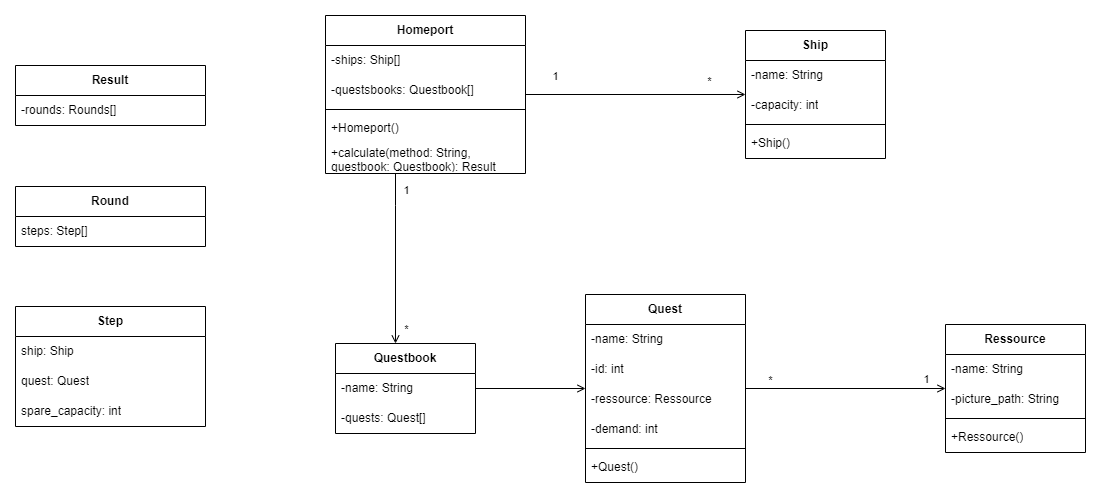
Above: Klassendiagramm_Backend.drawio.png in Mole1803/SPoRT (draw.io), before the change. Source tidied: cells renumbered, new cells last; positions are measured from the earlier drawing's top-left corner, leaving out a move shared by most shapes.
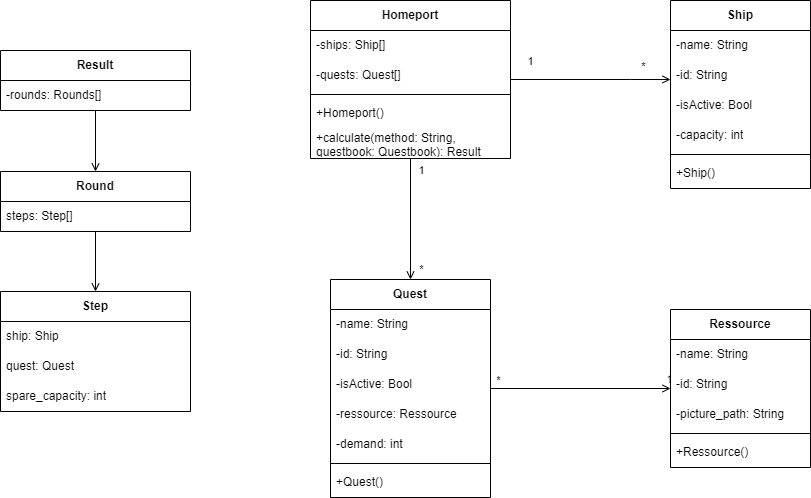
The same file after the commit.

Commit message:
update class diagram

Change to the diagram source:
```diff
@@ -3,7 +3,12 @@
     <mxCell id="0" />
     <mxCell id="1" parent="0" />
     <mxCell id="2" style="edgeStyle=orthogonalEdgeStyle;rounded=0;jettySize=auto;html=1;endArrow=none;endFill=0;startArrow=open;startFill=0;labelBackgroundColor=none;fontColor=default;" parent="1" edge="1" source="5" target="13">
-      <mxGeometry relative="1" as="geometry" />
+      <mxGeometry relative="1" as="geometry">
+        <Array as="points">
+          <mxPoint x="630" y="79" />
+          <mxPoint x="630" y="79" />
+        </Array>
+      </mxGeometry>
     </mxCell>
     <mxCell id="3" value="1" style="edgeLabel;html=1;align=center;verticalAlign=middle;rounded=0;labelBackgroundColor=none;" parent="2" vertex="1">
       <mxGeometry x="0.67" y="1" relative="1" as="geometry">
@@ -16,25 +21,30 @@
       </mxGeometry>
     </mxCell>
     <mxCell id="5" value="&lt;b&gt;Ship&lt;/b&gt;" style="swimlane;fontStyle=0;horizontal=1;startSize=30;whiteSpace=wrap;html=1;rounded=0;labelBackgroundColor=none;" parent="1" vertex="1">
-      <mxGeometry x="730" y="15" width="140" height="128" as="geometry" />
+      <mxGeometry x="670" width="140" height="188" as="geometry" />
     </mxCell>
     <mxCell id="6" value="-name: String" style="text;strokeColor=none;fillColor=none;align=left;verticalAlign=middle;spacingLeft=4;spacingRight=4;overflow=hidden;whiteSpace=wrap;html=1;rounded=0;labelBackgroundColor=none;" parent="5" vertex="1">
       <mxGeometry y="30" width="140" height="30" as="geometry" />
     </mxCell>
+    <mxCell id="46" value="-id: String" style="text;strokeColor=none;fillColor=none;align=left;verticalAlign=middle;spacingLeft=4;spacingRight=4;overflow=hidden;whiteSpace=wrap;html=1;rounded=0;labelBackgroundColor=none;" parent="5" vertex="1">
+      <mxGeometry y="60" width="140" height="30" as="geometry" />
+    </mxCell>
+    <mxCell id="47" value="-isActive: Bool" style="text;strokeColor=none;fillColor=none;align=left;verticalAlign=middle;spacingLeft=4;spacingRight=4;overflow=hidden;whiteSpace=wrap;html=1;rounded=0;labelBackgroundColor=none;" parent="5" vertex="1">
+      <mxGeometry y="90" width="140" height="30" as="geometry" />
+    </mxCell>
     <mxCell id="7" value="-capacity: int" style="text;strokeColor=none;fillColor=none;align=left;verticalAlign=middle;spacingLeft=4;spacingRight=4;overflow=hidden;whiteSpace=wrap;html=1;rounded=0;labelBackgroundColor=none;" parent="5" vertex="1">
-      <mxGeometry y="60" width="140" height="30" as="geometry" />
+      <mxGeometry y="120" width="140" height="30" as="geometry" />
     </mxCell>
     <mxCell id="8" style="line;strokeWidth=1;fillColor=none;align=left;verticalAlign=middle;spacingTop=-1;spacingLeft=3;spacingRight=3;labelPosition=right;rounded=0;labelBackgroundColor=none;" parent="5" vertex="1">
-      <mxGeometry y="90" width="140" height="8" as="geometry" />
+      <mxGeometry y="150" width="140" height="8" as="geometry" />
     </mxCell>
     <mxCell id="9" value="+Ship()" style="text;strokeColor=none;fillColor=none;align=left;verticalAlign=middle;spacingLeft=4;spacingRight=4;overflow=hidden;whiteSpace=wrap;html=1;rounded=0;labelBackgroundColor=none;" parent="5" vertex="1">
-      <mxGeometry y="98" width="140" height="30" as="geometry" />
+      <mxGeometry y="158" width="140" height="30" as="geometry" />
     </mxCell>
-    <mxCell id="10" style="edgeStyle=orthogonalEdgeStyle;rounded=0;jettySize=auto;html=1;endArrow=open;endFill=0;labelBackgroundColor=none;fontColor=default;" parent="1" edge="1" source="18" target="35">
+    <mxCell id="10" style="edgeStyle=orthogonalEdgeStyle;rounded=0;jettySize=auto;html=1;endArrow=open;endFill=0;labelBackgroundColor=none;fontColor=default;" parent="1" edge="1" source="18" target="22">
       <mxGeometry relative="1" as="geometry">
         <Array as="points">
-          <mxPoint x="380" y="190" />
-          <mxPoint x="380" y="190" />
+          <mxPoint x="380" y="373" />
         </Array>
       </mxGeometry>
     </mxCell>
@@ -54,7 +64,7 @@
     <mxCell id="14" value="-ships: Ship[]" style="text;strokeColor=none;fillColor=none;align=left;verticalAlign=middle;spacingLeft=4;spacingRight=4;overflow=hidden;whiteSpace=wrap;html=1;rounded=0;labelBackgroundColor=none;" parent="13" vertex="1">
       <mxGeometry y="30" width="200" height="30" as="geometry" />
     </mxCell>
-    <mxCell id="15" value="-questsbooks: Questbook[]" style="text;strokeColor=none;fillColor=none;align=left;verticalAlign=middle;spacingLeft=4;spacingRight=4;overflow=hidden;whiteSpace=wrap;html=1;rounded=0;labelBackgroundColor=none;" parent="13" vertex="1">
+    <mxCell id="15" value="-quests: Quest[]" style="text;strokeColor=none;fillColor=none;align=left;verticalAlign=middle;spacingLeft=4;spacingRight=4;overflow=hidden;whiteSpace=wrap;html=1;rounded=0;labelBackgroundColor=none;" parent="13" vertex="1">
       <mxGeometry y="60" width="200" height="30" as="geometry" />
     </mxCell>
     <mxCell id="16" style="line;strokeWidth=1;fillColor=none;align=left;verticalAlign=middle;spacingTop=-1;spacingLeft=3;spacingRight=3;labelPosition=right;rounded=0;labelBackgroundColor=none;" parent="13" vertex="1">
@@ -80,59 +90,59 @@
       </mxGeometry>
     </mxCell>
     <mxCell id="22" value="&lt;b&gt;Quest&lt;/b&gt;" style="swimlane;fontStyle=0;horizontal=1;startSize=30;whiteSpace=wrap;html=1;rounded=0;labelBackgroundColor=none;" parent="1" vertex="1">
-      <mxGeometry x="570" y="279" width="160" height="188" as="geometry" />
+      <mxGeometry x="330" y="279" width="160" height="218" as="geometry" />
     </mxCell>
     <mxCell id="23" value="-name: String" style="text;strokeColor=none;fillColor=none;align=left;verticalAlign=middle;spacingLeft=4;spacingRight=4;overflow=hidden;whiteSpace=wrap;html=1;rounded=0;labelBackgroundColor=none;" parent="22" vertex="1">
       <mxGeometry y="30" width="160" height="30" as="geometry" />
     </mxCell>
-    <mxCell id="24" value="-id: int" style="text;strokeColor=none;fillColor=none;align=left;verticalAlign=middle;spacingLeft=4;spacingRight=4;overflow=hidden;whiteSpace=wrap;html=1;rounded=0;labelBackgroundColor=none;" parent="22" vertex="1">
-      <mxGeometry y="60" width="160" height="30" as="geometry" />
-    </mxCell>
+    <mxCell id="48" value="-id: String" style="text;strokeColor=none;fillColor=none;align=left;verticalAlign=middle;spacingLeft=4;spacingRight=4;overflow=hidden;whiteSpace=wrap;html=1;rounded=0;labelBackgroundColor=none;" parent="22" vertex="1">
+      <mxGeometry y="60" width="160" height="30" as="geometry" />
+    </mxCell>
+    <mxCell id="49" value="-isActive: Bool" style="text;strokeColor=none;fillColor=none;align=left;verticalAlign=middle;spacingLeft=4;spacingRight=4;overflow=hidden;whiteSpace=wrap;html=1;rounded=0;labelBackgroundColor=none;" parent="22" vertex="1">
+      <mxGeometry y="90" width="160" height="30" as="geometry" />
+    </mxCell>
     <mxCell id="25" value="-ressource: Ressource" style="text;strokeColor=none;fillColor=none;align=left;verticalAlign=middle;spacingLeft=4;spacingRight=4;overflow=hidden;whiteSpace=wrap;html=1;rounded=0;labelBackgroundColor=none;" parent="22" vertex="1">
-      <mxGeometry y="90" width="160" height="30" as="geometry" />
+      <mxGeometry y="120" width="160" height="30" as="geometry" />
     </mxCell>
     <mxCell id="26" value="-demand: int" style="text;strokeColor=none;fillColor=none;align=left;verticalAlign=middle;spacingLeft=4;spacingRight=4;overflow=hidden;whiteSpace=wrap;html=1;rounded=0;labelBackgroundColor=none;" parent="22" vertex="1">
-      <mxGeometry y="120" width="160" height="30" as="geometry" />
+      <mxGeometry y="150" width="160" height="30" as="geometry" />
     </mxCell>
     <mxCell id="27" style="line;strokeWidth=1;fillColor=none;align=left;verticalAlign=middle;spacingTop=-1;spacingLeft=3;spacingRight=3;labelPosition=right;rounded=0;labelBackgroundColor=none;" parent="22" vertex="1">
-      <mxGeometry y="150" width="160" height="8" as="geometry" />
+      <mxGeometry y="180" width="160" height="8" as="geometry" />
     </mxCell>
     <mxCell id="28" value="+Quest()" style="text;strokeColor=none;fillColor=none;align=left;verticalAlign=middle;spacingLeft=4;spacingRight=4;overflow=hidden;whiteSpace=wrap;html=1;rounded=0;labelBackgroundColor=none;" parent="22" vertex="1">
-      <mxGeometry y="158" width="160" height="30" as="geometry" />
+      <mxGeometry y="188" width="160" height="30" as="geometry" />
     </mxCell>
     <mxCell id="29" value="&lt;b&gt;Ressource&lt;/b&gt;" style="swimlane;fontStyle=0;horizontal=1;startSize=30;whiteSpace=wrap;html=1;rounded=0;labelBackgroundColor=none;" parent="1" vertex="1">
-      <mxGeometry x="930" y="309" width="140" height="128" as="geometry" />
+      <mxGeometry x="670" y="309" width="140" height="158" as="geometry" />
     </mxCell>
     <mxCell id="30" value="-name: String" style="text;strokeColor=none;fillColor=none;align=left;verticalAlign=middle;spacingLeft=4;spacingRight=4;overflow=hidden;whiteSpace=wrap;html=1;rounded=0;labelBackgroundColor=none;" parent="29" vertex="1">
       <mxGeometry y="30" width="140" height="30" as="geometry" />
     </mxCell>
+    <mxCell id="50" value="-id: String" style="text;strokeColor=none;fillColor=none;align=left;verticalAlign=middle;spacingLeft=4;spacingRight=4;overflow=hidden;whiteSpace=wrap;html=1;rounded=0;labelBackgroundColor=none;" parent="29" vertex="1">
+      <mxGeometry y="60" width="140" height="30" as="geometry" />
+    </mxCell>
     <mxCell id="31" value="-picture_path: String" style="text;strokeColor=none;fillColor=none;align=left;verticalAlign=middle;spacingLeft=4;spacingRight=4;overflow=hidden;whiteSpace=wrap;html=1;rounded=0;labelBackgroundColor=none;" parent="29" vertex="1">
-      <mxGeometry y="60" width="140" height="30" as="geometry" />
+      <mxGeometry y="90" width="140" height="30" as="geometry" />
     </mxCell>
     <mxCell id="32" style="line;strokeWidth=1;fillColor=none;align=left;verticalAlign=middle;spacingTop=-1;spacingLeft=3;spacingRight=3;labelPosition=right;rounded=0;labelBackgroundColor=none;" parent="29" vertex="1">
-      <mxGeometry y="90" width="140" height="8" as="geometry" />
+      <mxGeometry y="120" width="140" height="8" as="geometry" />
     </mxCell>
     <mxCell id="33" value="+Ressource()" style="text;strokeColor=none;fillColor=none;align=left;verticalAlign=middle;spacingLeft=4;spacingRight=4;overflow=hidden;whiteSpace=wrap;html=1;rounded=0;labelBackgroundColor=none;" parent="29" vertex="1">
-      <mxGeometry y="98" width="140" height="30" as="geometry" />
+      <mxGeometry y="128" width="140" height="30" as="geometry" />
     </mxCell>
-    <mxCell id="34" style="edgeStyle=orthogonalEdgeStyle;rounded=0;jettySize=auto;html=1;endArrow=open;endFill=0;" parent="1" edge="1" source="35" target="22">
-      <mxGeometry relative="1" as="geometry" />
-    </mxCell>
-    <mxCell id="35" value="Questbook" style="swimlane;fontStyle=1;horizontal=1;startSize=30;whiteSpace=wrap;html=1;" parent="1" vertex="1">
-      <mxGeometry x="320" y="328" width="140" height="90" as="geometry" />
-    </mxCell>
-    <mxCell id="36" value="-name: String" style="text;strokeColor=none;fillColor=none;align=left;verticalAlign=middle;spacingLeft=4;spacingRight=4;overflow=hidden;whiteSpace=wrap;html=1;" parent="35" vertex="1">
-      <mxGeometry y="30" width="140" height="30" as="geometry" />
-    </mxCell>
-    <mxCell id="37" value="-quests: Quest[]" style="text;strokeColor=none;fillColor=none;align=left;verticalAlign=middle;spacingLeft=4;spacingRight=4;overflow=hidden;whiteSpace=wrap;html=1;rounded=0;labelBackgroundColor=none;" parent="35" vertex="1">
-      <mxGeometry y="60" width="140" height="30" as="geometry" />
-    </mxCell>
+    <mxCell id="51" style="edgeStyle=orthogonalEdgeStyle;rounded=0;jettySize=auto;html=1;endArrow=open;endFill=0;" parent="1" edge="1" source="38" target="40">
+      <mxGeometry relative="1" as="geometry" />
+    </mxCell>
     <mxCell id="38" value="Result" style="swimlane;fontStyle=1;horizontal=1;startSize=30;whiteSpace=wrap;html=1;" parent="1" vertex="1">
       <mxGeometry y="50" width="190" height="60" as="geometry" />
     </mxCell>
     <mxCell id="39" value="-rounds: Rounds[]" style="text;strokeColor=none;fillColor=none;align=left;verticalAlign=middle;spacingLeft=4;spacingRight=4;overflow=hidden;whiteSpace=wrap;html=1;" parent="38" vertex="1">
       <mxGeometry y="30" width="190" height="30" as="geometry" />
     </mxCell>
+    <mxCell id="52" style="edgeStyle=orthogonalEdgeStyle;rounded=0;jettySize=auto;html=1;endArrow=open;endFill=0;" parent="1" edge="1" source="40" target="42">
+      <mxGeometry relative="1" as="geometry" />
+    </mxCell>
     <mxCell id="40" value="Round" style="swimlane;fontStyle=1;horizontal=1;startSize=30;whiteSpace=wrap;html=1;" parent="1" vertex="1">
       <mxGeometry y="171" width="190" height="60" as="geometry" />
     </mxCell>
```
